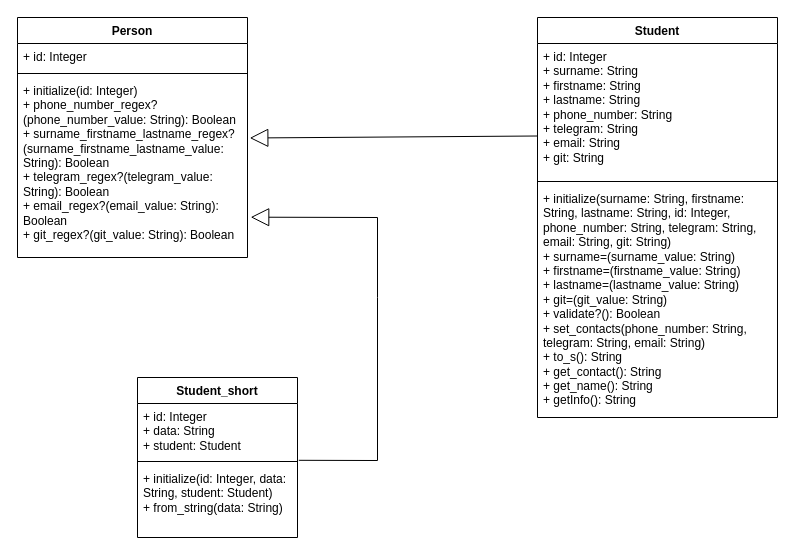
This is Student/class_diagram.drawio from AlenaAgadzhanyan/patterns, a draw.io file, before an edit. Source tidied: cells renumbered, new cells numbered last; positions are measured from the earlier drawing's top-left corner, leaving out a move shared by most shapes. Both pictures are drawn from the tidied source at 100%, with x=0, y=0 at pixel (17, 17).
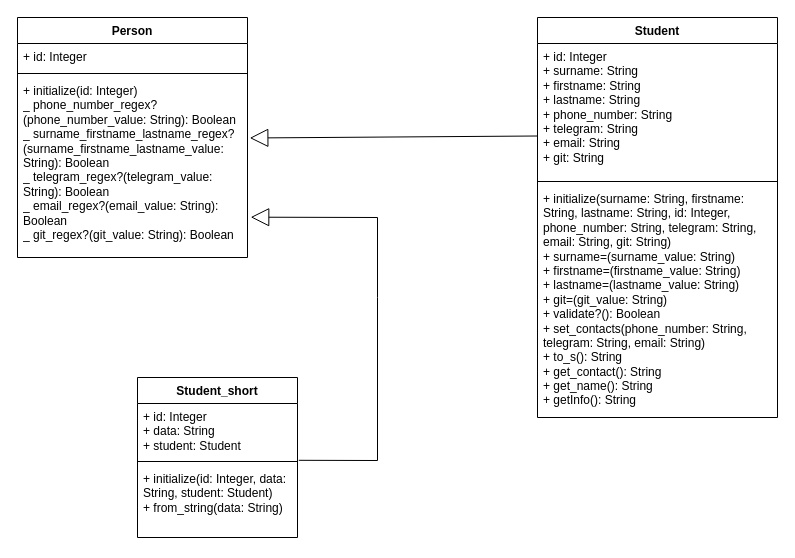
The same diagram, later.

Commit message:
corrected the diagram

The edit, as a diff of the source:
```diff
@@
 <mxGraphModel>
   <root>
     <mxCell id="0" />
     <mxCell id="1" parent="0" />
     <mxCell id="2" value="Person" style="swimlane;fontStyle=1;align=center;verticalAlign=top;horizontal=1;startSize=26;whiteSpace=wrap;html=1;" parent="1" vertex="1">
       <mxGeometry width="230" height="240" as="geometry" />
     </mxCell>
     <mxCell id="3" value="+ id: Integer" style="text;strokeColor=none;fillColor=none;align=left;verticalAlign=top;spacingLeft=4;spacingRight=4;overflow=hidden;whiteSpace=wrap;html=1;" parent="2" vertex="1">
       <mxGeometry y="26" width="230" height="26" as="geometry" />
     </mxCell>
     <mxCell id="4" style="line;strokeWidth=1;fillColor=none;align=left;verticalAlign=middle;spacingTop=-1;spacingLeft=3;spacingRight=3;labelPosition=right;strokeColor=inherit;" parent="2" vertex="1">
       <mxGeometry y="52" width="230" height="8" as="geometry" />
     </mxCell>
-    <mxCell id="5" value="+ initialize(id: Integer)&lt;div&gt;+ phone_number_regex?(phone_number_value: String): Boolean&lt;br&gt;&lt;/div&gt;&lt;div&gt;+ surname_firstname_lastname_regex?(surname_firstname_lastname_value: String): Boolean&lt;br&gt;&lt;/div&gt;&lt;div&gt;+ telegram_regex?(telegram_value: String): Boolean&lt;br&gt;&lt;/div&gt;&lt;div&gt;+ email_regex?(email_value: String): Boolean&lt;br&gt;&lt;/div&gt;&lt;div&gt;+ git_regex?(git_value: String): Boolean&lt;br&gt;&lt;/div&gt;" style="text;strokeColor=none;fillColor=none;align=left;verticalAlign=top;spacingLeft=4;spacingRight=4;overflow=hidden;points=[[0,0.5],[1,0.5]];portConstraint=eastwest;whiteSpace=wrap;html=1;" parent="2" vertex="1">
+    <mxCell id="5" value="+ initialize(id: Integer)&lt;div&gt;_ phone_number_regex?(phone_number_value: String): Boolean&lt;br&gt;&lt;/div&gt;&lt;div&gt;_ surname_firstname_lastname_regex?(surname_firstname_lastname_value: String): Boolean&lt;br&gt;&lt;/div&gt;&lt;div&gt;_ telegram_regex?(telegram_value: String): Boolean&lt;br&gt;&lt;/div&gt;&lt;div&gt;_ email_regex?(email_value: String): Boolean&lt;br&gt;&lt;/div&gt;&lt;div&gt;_ git_regex?(git_value: String): Boolean&lt;br&gt;&lt;/div&gt;" style="text;strokeColor=none;fillColor=none;align=left;verticalAlign=top;spacingLeft=4;spacingRight=4;overflow=hidden;points=[[0,0.5],[1,0.5]];portConstraint=eastwest;whiteSpace=wrap;html=1;" parent="2" vertex="1">
       <mxGeometry y="60" width="230" height="180" as="geometry" />
     </mxCell>
     <mxCell id="6" value="Student" style="swimlane;fontStyle=1;align=center;verticalAlign=top;horizontal=1;startSize=26;whiteSpace=wrap;html=1;" parent="1" vertex="1">
       <mxGeometry x="520" width="240" height="400" as="geometry" />
     </mxCell>
     <mxCell id="7" value="+ id: Integer&lt;div&gt;+ surname: String&lt;div&gt;+ firstname: String&lt;div&gt;+ lastname: String&lt;div&gt;+ phone_number: String&lt;div&gt;+ telegram: String&lt;div&gt;+ email: String&lt;div&gt;+ git: String&lt;div&gt;&lt;br&gt;&lt;/div&gt;&lt;/div&gt;&lt;/div&gt;&lt;/div&gt;&lt;/div&gt;&lt;/div&gt;&lt;/div&gt;&lt;/div&gt;" style="text;strokeColor=none;fillColor=none;align=left;verticalAlign=top;spacingLeft=4;spacingRight=4;overflow=hidden;whiteSpace=wrap;html=1;" parent="6" vertex="1">
       <mxGeometry y="26" width="240" height="134" as="geometry" />
     </mxCell>
     <mxCell id="8" style="line;strokeWidth=1;fillColor=none;align=left;verticalAlign=middle;spacingTop=-1;spacingLeft=3;spacingRight=3;labelPosition=right;strokeColor=inherit;" parent="6" vertex="1">
       <mxGeometry y="160" width="240" height="8" as="geometry" />
     </mxCell>
     <mxCell id="9" value="+ initialize(surname: String, firstname: String, lastname: String, id: Integer, phone_number: String, telegram: String, email: String, git: String)&lt;div&gt;+ surname=(surname_value: String)&lt;br&gt;&lt;/div&gt;&lt;div&gt;+ firstname=(firstname_value: String)&lt;br&gt;&lt;/div&gt;&lt;div&gt;+ lastname=(lastname_value: String)&lt;br&gt;&lt;/div&gt;&lt;div&gt;+ git=(git_value: String)&lt;br&gt;&lt;/div&gt;&lt;div&gt;+ validate?(): Boolean&lt;br&gt;&lt;/div&gt;&lt;div&gt;+ set_contacts(phone_number: String, telegram: String, email: String)&lt;br&gt;&lt;/div&gt;&lt;div&gt;+ to_s(): String&lt;br&gt;&lt;/div&gt;&lt;div&gt;+ get_contact(): String&lt;br&gt;&lt;/div&gt;&lt;div&gt;+ get_name(): String&lt;br&gt;&lt;/div&gt;&lt;div&gt;+ getInfo(): String&lt;br&gt;&lt;/div&gt;" style="text;strokeColor=none;fillColor=none;align=left;verticalAlign=top;spacingLeft=4;spacingRight=4;overflow=hidden;whiteSpace=wrap;html=1;" parent="6" vertex="1">
       <mxGeometry y="168" width="240" height="232" as="geometry" />
     </mxCell>
     <mxCell id="10" value="Student_short" style="swimlane;fontStyle=1;align=center;verticalAlign=top;horizontal=1;startSize=26;whiteSpace=wrap;html=1;" parent="1" vertex="1">
       <mxGeometry x="120" y="360" width="160" height="160" as="geometry" />
     </mxCell>
     <mxCell id="11" value="+ id: Integer&lt;div&gt;+ data: String&lt;/div&gt;&lt;div&gt;+ student: Student&lt;/div&gt;" style="text;strokeColor=none;fillColor=none;align=left;verticalAlign=top;spacingLeft=4;spacingRight=4;overflow=hidden;points=[[0,0.5],[1,0.5]];portConstraint=eastwest;whiteSpace=wrap;html=1;" parent="10" vertex="1">
       <mxGeometry y="26" width="160" height="54" as="geometry" />
     </mxCell>
     <mxCell id="12" style="line;strokeWidth=1;fillColor=none;align=left;verticalAlign=middle;spacingTop=-1;spacingLeft=3;spacingRight=3;labelPosition=right;strokeColor=inherit;" parent="10" vertex="1">
       <mxGeometry y="80" width="160" height="8" as="geometry" />
     </mxCell>
     <mxCell id="13" value="+ initialize(id: Integer, data: String, student: Student)&lt;div&gt;+ from_string(data: String)&lt;br&gt;&lt;/div&gt;" style="text;strokeColor=none;fillColor=none;align=left;verticalAlign=top;spacingLeft=4;spacingRight=4;overflow=hidden;whiteSpace=wrap;html=1;" parent="10" vertex="1">
       <mxGeometry y="88" width="160" height="72" as="geometry" />
     </mxCell>
     <mxCell id="14" style="endArrow=block;endSize=16;endFill=0;html=1;rounded=0;exitX=1.008;exitY=1.052;exitDx=0;exitDy=0;exitPerimeter=0;entryX=1.014;entryY=0.776;entryDx=0;entryDy=0;entryPerimeter=0;" parent="1" edge="1" source="11" target="5">
       <mxGeometry relative="1" as="geometry">
         <Array as="points">
           <mxPoint x="360" y="443" />
           <mxPoint x="360" y="280" />
           <mxPoint x="360" y="200" />
         </Array>
       </mxGeometry>
     </mxCell>
     <mxCell id="15" style="endArrow=block;endSize=16;endFill=0;html=1;rounded=0;entryX=1.01;entryY=0.336;entryDx=0;entryDy=0;entryPerimeter=0;" parent="1" edge="1" target="5">
       <mxGeometry relative="1" as="geometry">
         <mxPoint x="520" y="118.5" as="sourcePoint" />
       </mxGeometry>
     </mxCell>
   </root>
 </mxGraphModel>
```
